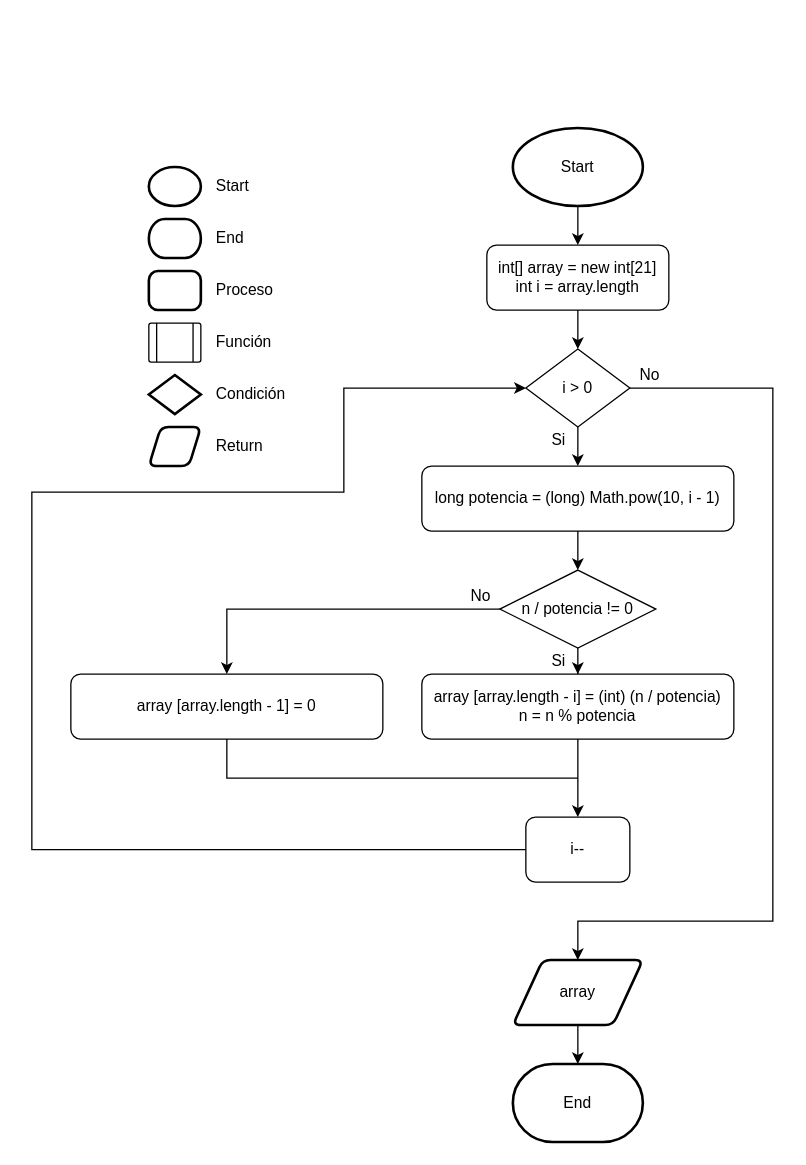
Earlier version of the draw.io diagram Proyectos intellij/Practica 1 - NUMBERS/Untitled Diagram.drawio (KyPH-Phoenix/Programacio-GS2021). Source tidied: cells renumbered, new cells numbered last; positions are measured from the earlier drawing's top-left corner, leaving out a move shared by most shapes. Both pictures are drawn from the tidied source at 130%, with x=0, y=0 at pixel (31, 127).
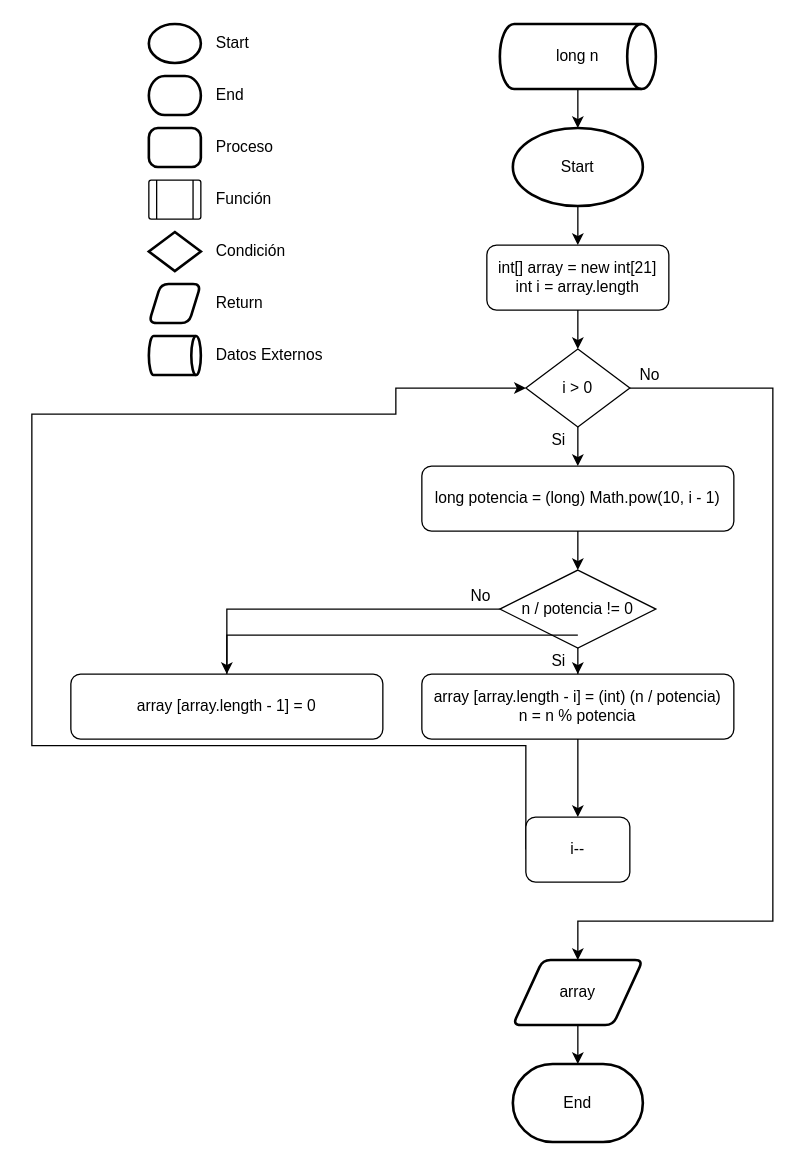
The same diagram, later.

The change refers to these unchanged cells:
```xml
<mxCell id="15" value="Start" style="strokeWidth=2;html=1;shape=mxgraph.flowchart.start_1;whiteSpace=wrap;fillColor=default;align=center;" parent="1" vertex="1">
  <mxGeometry x="370" width="100" height="60" as="geometry" />
</mxCell>
<mxCell id="20" value="i &amp;gt; 0" style="rhombus;whiteSpace=wrap;html=1;" parent="1" vertex="1">
  <mxGeometry x="380" y="170" width="80" height="60" as="geometry" />
</mxCell>
<mxCell id="33" value="i--" style="rounded=1;whiteSpace=wrap;html=1;" parent="1" vertex="1">
  <mxGeometry x="380" y="530" width="80" height="50" as="geometry" />
</mxCell>
<mxCell id="35" value="array [array.length - 1] = 0" style="rounded=1;whiteSpace=wrap;html=1;" parent="1" vertex="1">
  <mxGeometry x="30" y="420" width="240" height="50" as="geometry" />
</mxCell>
```

Diff of the diagram source:
```diff
@@
     <mxCell id="2" style="strokeWidth=2;html=1;shape=mxgraph.flowchart.start_1;whiteSpace=wrap;fillColor=default;align=center;" parent="1" vertex="1">
-      <mxGeometry x="90" y="30" width="40" height="30" as="geometry" />
+      <mxGeometry x="90" y="-80" width="40" height="30" as="geometry" />
     </mxCell>
     <mxCell id="3" style="strokeWidth=2;html=1;shape=mxgraph.flowchart.terminator;whiteSpace=wrap;fillColor=default;align=center;" parent="1" vertex="1">
-      <mxGeometry x="90" y="70" width="40" height="30" as="geometry" />
+      <mxGeometry x="90" y="-40" width="40" height="30" as="geometry" />
     </mxCell>
     <mxCell id="4" style="rounded=1;whiteSpace=wrap;html=1;absoluteArcSize=1;arcSize=14;strokeWidth=2;fillColor=default;align=center;" parent="1" vertex="1">
-      <mxGeometry x="90" y="110" width="40" height="30" as="geometry" />
+      <mxGeometry x="90" width="40" height="30" as="geometry" />
     </mxCell>
     <mxCell id="5" style="verticalLabelPosition=bottom;verticalAlign=top;html=1;shape=process;whiteSpace=wrap;rounded=1;size=0.14;arcSize=6;fillColor=default;" parent="1" vertex="1">
-      <mxGeometry x="90" y="150" width="40" height="30" as="geometry" />
+      <mxGeometry x="90" y="40" width="40" height="30" as="geometry" />
     </mxCell>
     <mxCell id="6" value="&lt;div align=&quot;left&quot;&gt;Start&lt;/div&gt;" style="text;html=1;align=left;verticalAlign=middle;strokeColor=none;fillColor=none;" parent="1" vertex="1">
-      <mxGeometry x="140" y="35" width="40" height="20" as="geometry" />
+      <mxGeometry x="140" y="-75" width="40" height="20" as="geometry" />
     </mxCell>
     <mxCell id="7" value="&lt;div align=&quot;left&quot;&gt;End&lt;/div&gt;" style="text;html=1;align=left;verticalAlign=middle;strokeColor=none;fillColor=none;" parent="1" vertex="1">
-      <mxGeometry x="140" y="75" width="40" height="20" as="geometry" />
+      <mxGeometry x="140" y="-35" width="40" height="20" as="geometry" />
     </mxCell>
     <mxCell id="8" value="&lt;div align=&quot;left&quot;&gt;Proceso&lt;/div&gt;" style="text;html=1;align=left;verticalAlign=middle;strokeColor=none;fillColor=none;" parent="1" vertex="1">
-      <mxGeometry x="140" y="115" width="60" height="20" as="geometry" />
+      <mxGeometry x="140" y="5" width="60" height="20" as="geometry" />
     </mxCell>
     <mxCell id="9" value="Función" style="text;html=1;align=left;verticalAlign=middle;strokeColor=none;fillColor=none;" parent="1" vertex="1">
-      <mxGeometry x="140" y="155" width="60" height="20" as="geometry" />
+      <mxGeometry x="140" y="45" width="60" height="20" as="geometry" />
     </mxCell>
     <mxCell id="10" style="strokeWidth=2;html=1;shape=mxgraph.flowchart.decision;whiteSpace=wrap;fillColor=default;align=left;" parent="1" vertex="1">
-      <mxGeometry x="90" y="190" width="40" height="30" as="geometry" />
+      <mxGeometry x="90" y="80" width="40" height="30" as="geometry" />
     </mxCell>
     <mxCell id="11" value="Condición" style="text;html=1;align=left;verticalAlign=middle;strokeColor=none;fillColor=none;" parent="1" vertex="1">
-      <mxGeometry x="140" y="195" width="70" height="20" as="geometry" />
+      <mxGeometry x="140" y="85" width="70" height="20" as="geometry" />
     </mxCell>
     <mxCell id="12" style="shape=parallelogram;html=1;strokeWidth=2;perimeter=parallelogramPerimeter;whiteSpace=wrap;rounded=1;arcSize=12;size=0.23;fillColor=default;align=center;" parent="1" vertex="1">
-      <mxGeometry x="90" y="230" width="40" height="30" as="geometry" />
+      <mxGeometry x="90" y="120" width="40" height="30" as="geometry" />
     </mxCell>
     <mxCell id="13" value="Return" style="text;html=1;align=left;verticalAlign=middle;strokeColor=none;fillColor=none;" parent="1" vertex="1">
-      <mxGeometry x="140" y="235" width="50" height="20" as="geometry" />
+      <mxGeometry x="140" y="125" width="50" height="20" as="geometry" />
     </mxCell>
@@
     <mxCell id="32" style="edgeStyle=orthogonalEdgeStyle;rounded=0;jettySize=auto;html=1;exitX=0;exitY=0.5;exitDx=0;exitDy=0;entryX=0;entryY=0.5;entryDx=0;entryDy=0;" parent="1" edge="1" source="33" target="20">
       <mxGeometry relative="1" as="geometry">
         <Array as="points">
-          <mxPoint y="555" />
-          <mxPoint y="280" />
-          <mxPoint x="240" y="280" />
-          <mxPoint x="240" y="200" />
+          <mxPoint x="380" y="475" />
+          <mxPoint y="475" />
+          <mxPoint y="220" />
+          <mxPoint x="280" y="220" />
+          <mxPoint x="280" y="200" />
         </Array>
       </mxGeometry>
     </mxCell>
@@
     <mxCell id="34" style="edgeStyle=orthogonalEdgeStyle;rounded=0;jettySize=auto;html=1;exitX=0.5;exitY=1;exitDx=0;exitDy=0;endArrow=none;endFill=0;" parent="1" edge="1" source="35">
       <mxGeometry relative="1" as="geometry">
-        <mxPoint x="420" y="500" as="targetPoint" />
+        <mxPoint x="420" y="390" as="targetPoint" />
         <Array as="points">
-          <mxPoint x="150" y="500" />
+          <mxPoint x="150" y="390" />
         </Array>
       </mxGeometry>
     </mxCell>
@@
+    <mxCell id="39" style="strokeWidth=2;html=1;shape=mxgraph.flowchart.direct_data;whiteSpace=wrap;" parent="1" vertex="1">
+      <mxGeometry x="90" y="160" width="40" height="30" as="geometry" />
+    </mxCell>
+    <mxCell id="40" value="Datos Externos" style="text;html=1;align=left;verticalAlign=middle;strokeColor=none;fillColor=none;" parent="1" vertex="1">
+      <mxGeometry x="140" y="165" width="100" height="20" as="geometry" />
+    </mxCell>
+    <mxCell id="41" style="edgeStyle=orthogonalEdgeStyle;rounded=0;jettySize=auto;html=1;exitX=0.5;exitY=1;exitDx=0;exitDy=0;exitPerimeter=0;entryX=0.5;entryY=0;entryDx=0;entryDy=0;entryPerimeter=0;" parent="1" edge="1" source="42" target="15">
+      <mxGeometry relative="1" as="geometry" />
+    </mxCell>
+    <mxCell id="42" value="long n" style="strokeWidth=2;html=1;shape=mxgraph.flowchart.direct_data;whiteSpace=wrap;" parent="1" vertex="1">
+      <mxGeometry x="360" y="-80" width="120" height="50" as="geometry" />
+    </mxCell>
```
